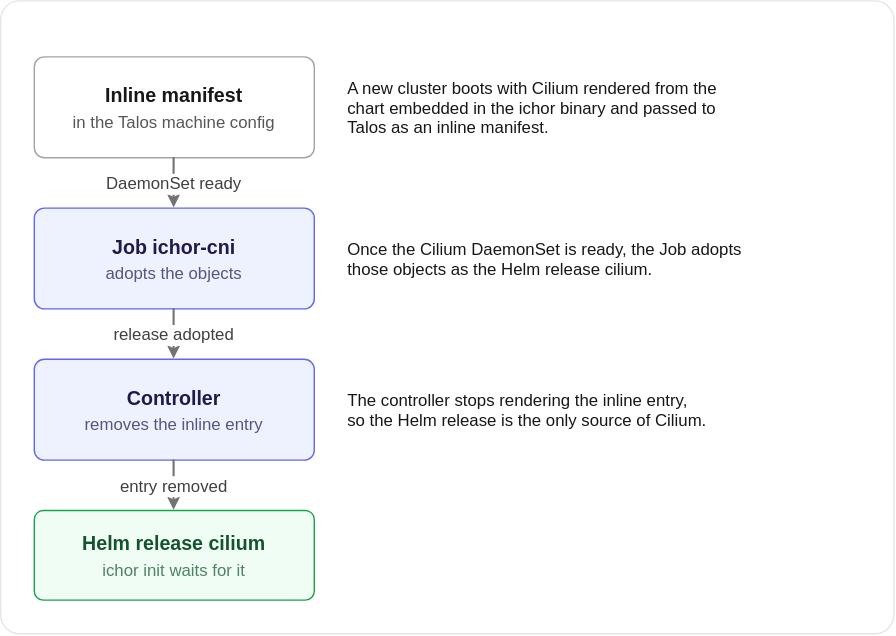
The draw.io diagram docs/images/cni-handover.light.drawio.svg in maeshinshin/ichor, before a commit. Source tidied: cells renumbered, new cells last; positions are measured from the earlier drawing's top-left corner, leaving out a move shared by most shapes.
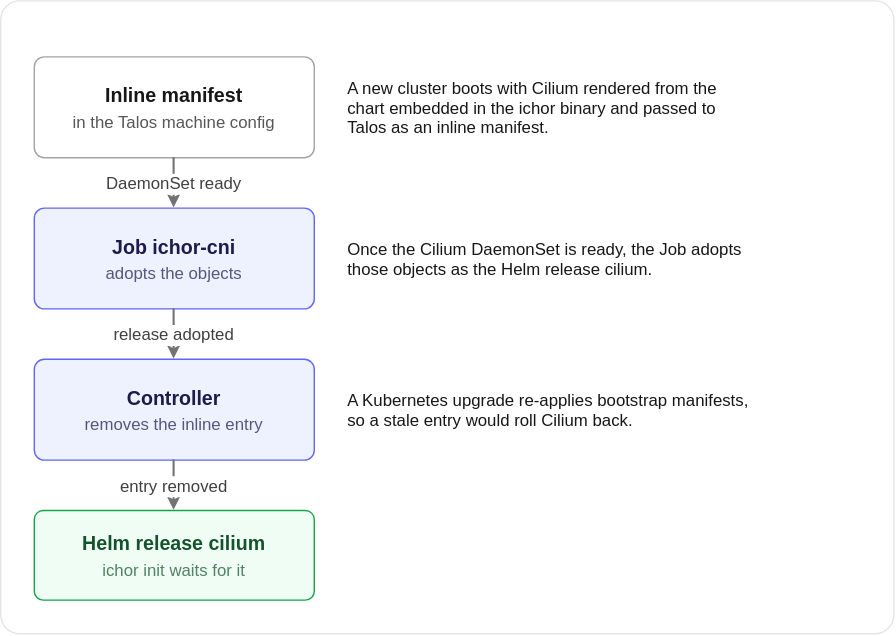
The same diagram one commit later.

Commit message:
docs: say why the inline Cilium entry is removed at hand-over

What changed in the source:
```diff
@@ -38,7 +38,7 @@
     <mxCell id="13" value="removes the inline entry" style="html=0;fillColor=none;strokeColor=none;fontFamily=Helvetica;fontSize=12;fontColor=light-dark(#1E1B4B,#E0E7FF);align=center;verticalAlign=middle;spacing=0;textOpacity=72;" parent="11" vertex="1">
       <mxGeometry y="38.5" width="200" height="15" as="geometry" />
     </mxCell>
-    <mxCell id="14" value="The controller stops rendering the inline entry,&#10;so the Helm release is the only source of Cilium." style="text=1;fillColor=none;strokeColor=none;fontColor=light-dark(#171717,#FAFAFA);fontFamily=Helvetica;fontSize=12;align=left;verticalAlign=middle;spacing=0;html=0;" parent="1" vertex="1">
+    <mxCell id="14" value="A Kubernetes upgrade re-applies bootstrap manifests,&#10;so a stale entry would roll Cilium back." style="text=1;fillColor=none;strokeColor=none;fontColor=light-dark(#171717,#FAFAFA);fontFamily=Helvetica;fontSize=12;align=left;verticalAlign=middle;spacing=0;html=0;" parent="1" vertex="1">
       <mxGeometry x="248" y="256" width="366" height="72" as="geometry" />
     </mxCell>
     <mxCell id="15" style="rounded=1;arcSize=10;fillColor=light-dark(#F0FDF4,#0E2A1B);strokeColor=light-dark(#16A34A,#4ADE80);strokeWidth=1;fontColor=light-dark(#14532D,#BBF7D0);fontFamily=Helvetica;fontSize=14;align=center;verticalAlign=middle;html=0;" parent="1" vertex="1">
```
